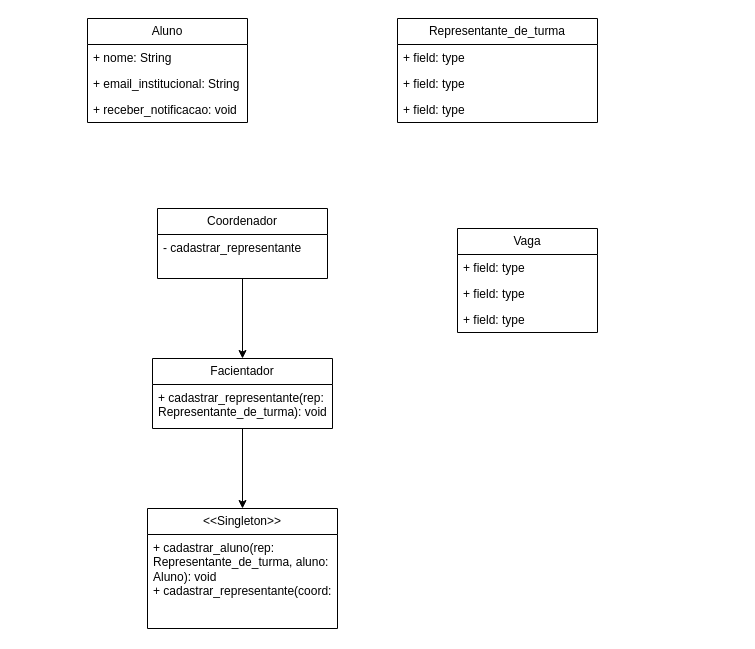
The draw.io diagram observer.drawio in emilieny/padroes-de-projeto, before the edit. Source tidied: cells renumbered, new cells numbered last; positions are measured from the earlier drawing's top-left corner, leaving out a move shared by most shapes. Both pictures are drawn from the tidied source at 100%, with x=0, y=0 at pixel (87, 18).
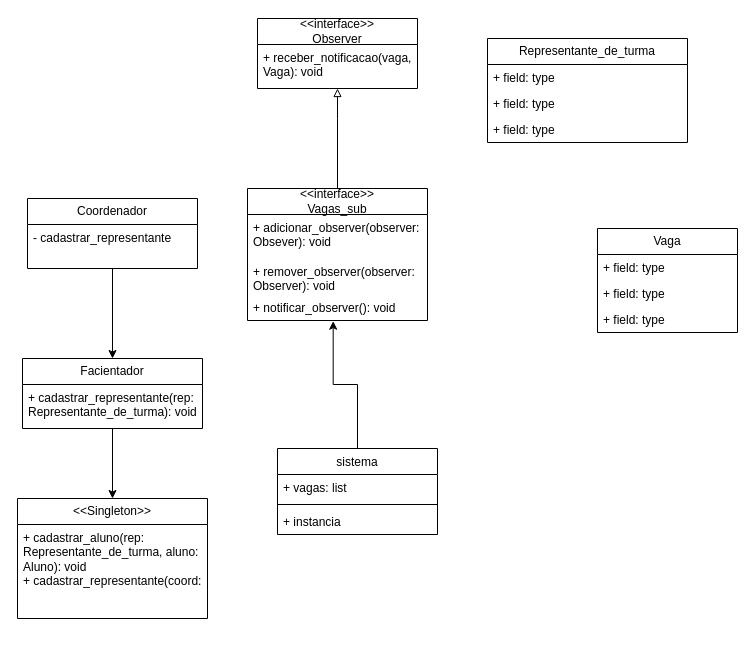
After the change.

Change to the diagram source:
```diff
@@
-    <mxCell id="2" value="Aluno" style="swimlane;fontStyle=0;horizontal=1;startSize=26;fillColor=none;whiteSpace=wrap;html=1;" parent="1" vertex="1">
-      <mxGeometry width="160" height="104" as="geometry" />
+    <mxCell id="2" value="&amp;lt;&amp;lt;interface&amp;gt;&amp;gt;&lt;div&gt;Observer&lt;/div&gt;" style="swimlane;fontStyle=0;horizontal=1;startSize=26;fillColor=none;whiteSpace=wrap;html=1;" parent="1" vertex="1">
+      <mxGeometry x="170" width="160" height="70" as="geometry" />
     </mxCell>
-    <mxCell id="3" value="+ nome: String" style="text;strokeColor=none;fillColor=none;align=left;verticalAlign=top;spacingLeft=4;spacingRight=4;overflow=hidden;points=[[0,0.5],[1,0.5]];portConstraint=eastwest;whiteSpace=wrap;html=1;" parent="2" vertex="1">
-      <mxGeometry y="26" width="160" height="26" as="geometry" />
+    <mxCell id="3" value="+ receber_notificacao(vaga, Vaga): void" style="text;strokeColor=none;fillColor=none;align=left;verticalAlign=top;spacingLeft=4;spacingRight=4;overflow=hidden;points=[[0,0.5],[1,0.5]];portConstraint=eastwest;whiteSpace=wrap;html=1;" parent="2" vertex="1">
+      <mxGeometry y="26" width="160" height="44" as="geometry" />
     </mxCell>
-    <mxCell id="4" value="+ email_institucional: String&amp;nbsp;" style="text;strokeColor=none;fillColor=none;align=left;verticalAlign=top;spacingLeft=4;spacingRight=4;overflow=hidden;whiteSpace=wrap;html=1;" parent="2" vertex="1">
-      <mxGeometry y="52" width="160" height="26" as="geometry" />
-    </mxCell>
-    <mxCell id="5" value="+ receber_notificacao: void&amp;nbsp;" style="text;strokeColor=none;fillColor=none;align=left;verticalAlign=top;spacingLeft=4;spacingRight=4;overflow=hidden;whiteSpace=wrap;html=1;" parent="2" vertex="1">
-      <mxGeometry y="78" width="160" height="26" as="geometry" />
-    </mxCell>
     <mxCell id="6" value="Representante_de_turma" style="swimlane;fontStyle=0;horizontal=1;startSize=26;fillColor=none;whiteSpace=wrap;html=1;" parent="1" vertex="1">
-      <mxGeometry x="310" width="200" height="104" as="geometry" />
+      <mxGeometry x="400" y="20" width="200" height="104" as="geometry" />
     </mxCell>
@@
     <mxCell id="11" value="Coordenador" style="swimlane;fontStyle=0;horizontal=1;startSize=26;fillColor=none;whiteSpace=wrap;html=1;" parent="1" vertex="1">
-      <mxGeometry x="70" y="190" width="170" height="70" as="geometry" />
+      <mxGeometry x="-60" y="180" width="170" height="70" as="geometry" />
     </mxCell>
@@
     <mxCell id="13" value="Vaga" style="swimlane;fontStyle=0;horizontal=1;startSize=26;fillColor=none;whiteSpace=wrap;html=1;" parent="1" vertex="1">
-      <mxGeometry x="370" y="210" width="140" height="104" as="geometry" />
+      <mxGeometry x="510" y="210" width="140" height="104" as="geometry" />
     </mxCell>
@@
     <mxCell id="18" value="Facientador" style="swimlane;fontStyle=0;horizontal=1;startSize=26;fillColor=none;whiteSpace=wrap;html=1;" parent="1" vertex="1">
-      <mxGeometry x="65" y="340" width="180" height="70" as="geometry" />
+      <mxGeometry x="-65" y="340" width="180" height="70" as="geometry" />
     </mxCell>
@@
     <mxCell id="20" value="&amp;lt;&amp;lt;Singleton&amp;gt;&amp;gt;" style="swimlane;fontStyle=0;horizontal=1;startSize=26;fillColor=none;whiteSpace=wrap;html=1;" parent="1" vertex="1">
-      <mxGeometry x="60" y="490" width="190" height="120" as="geometry" />
+      <mxGeometry x="-70" y="480" width="190" height="120" as="geometry" />
     </mxCell>
@@
+    <mxCell id="22" style="edgeStyle=orthogonalEdgeStyle;rounded=0;jettySize=auto;html=1;endArrow=block;endFill=0;" parent="1" edge="1" source="23" target="3">
+      <mxGeometry relative="1" as="geometry">
+        <Array as="points">
+          <mxPoint x="250" y="100" />
+          <mxPoint x="250" y="100" />
+        </Array>
+      </mxGeometry>
+    </mxCell>
+    <mxCell id="23" value="&amp;lt;&amp;lt;interface&amp;gt;&amp;gt;&lt;div&gt;Vagas_sub&lt;/div&gt;" style="swimlane;fontStyle=0;horizontal=1;startSize=26;fillColor=none;whiteSpace=wrap;html=1;" parent="1" vertex="1">
+      <mxGeometry x="160" y="170" width="180" height="132" as="geometry" />
+    </mxCell>
+    <mxCell id="24" value="+ adicionar_observer(observer: Obsever): void" style="text;strokeColor=none;fillColor=none;align=left;verticalAlign=top;spacingLeft=4;spacingRight=4;overflow=hidden;whiteSpace=wrap;html=1;" parent="23" vertex="1">
+      <mxGeometry y="26" width="180" height="44" as="geometry" />
+    </mxCell>
+    <mxCell id="25" value="+ remover_observer(observer: Observer): void" style="text;strokeColor=none;fillColor=none;align=left;verticalAlign=top;spacingLeft=4;spacingRight=4;overflow=hidden;whiteSpace=wrap;html=1;" parent="23" vertex="1">
+      <mxGeometry y="70" width="180" height="36" as="geometry" />
+    </mxCell>
+    <mxCell id="26" value="+ notificar_observer(): void" style="text;strokeColor=none;fillColor=none;align=left;verticalAlign=top;spacingLeft=4;spacingRight=4;overflow=hidden;points=[[0,0.5],[1,0.5]];portConstraint=eastwest;whiteSpace=wrap;html=1;" parent="23" vertex="1">
+      <mxGeometry y="106" width="180" height="26" as="geometry" />
+    </mxCell>
+    <mxCell id="27" style="edgeStyle=orthogonalEdgeStyle;rounded=0;jettySize=auto;html=1;exitX=0.5;exitY=0;exitDx=0;exitDy=0;entryX=0.476;entryY=1.027;entryDx=0;entryDy=0;entryPerimeter=0;" parent="1" edge="1" source="28" target="26">
+      <mxGeometry relative="1" as="geometry" />
+    </mxCell>
+    <mxCell id="28" value="&lt;span style=&quot;font-weight: normal;&quot;&gt;sistema&lt;/span&gt;" style="swimlane;fontStyle=1;align=center;verticalAlign=top;horizontal=1;startSize=26;whiteSpace=wrap;html=1;" parent="1" vertex="1">
+      <mxGeometry x="190" y="430" width="160" height="86" as="geometry" />
+    </mxCell>
+    <mxCell id="29" value="+ vagas: list" style="text;strokeColor=none;fillColor=none;align=left;verticalAlign=top;spacingLeft=4;spacingRight=4;overflow=hidden;whiteSpace=wrap;html=1;" parent="28" vertex="1">
+      <mxGeometry y="26" width="160" height="26" as="geometry" />
+    </mxCell>
+    <mxCell id="30" style="line;strokeWidth=1;fillColor=none;align=left;verticalAlign=middle;spacingTop=-1;spacingLeft=3;spacingRight=3;labelPosition=right;strokeColor=inherit;" parent="28" vertex="1">
+      <mxGeometry y="52" width="160" height="8" as="geometry" />
+    </mxCell>
+    <mxCell id="31" value="+ instancia" style="text;strokeColor=none;fillColor=none;align=left;verticalAlign=top;spacingLeft=4;spacingRight=4;overflow=hidden;whiteSpace=wrap;html=1;" parent="28" vertex="1">
+      <mxGeometry y="60" width="160" height="26" as="geometry" />
+    </mxCell>
```
